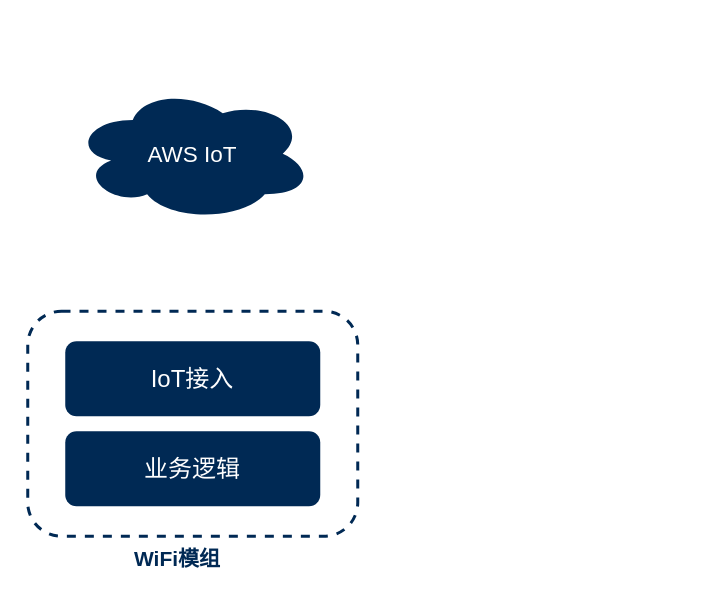
This is Blueair-模组.drawio from xunzhaoxusanduo/1-drawio, a draw.io file, before an edit. Source tidied: cells renumbered, new cells numbered last; positions are measured from the earlier drawing's top-left corner, leaving out a move shared by most shapes. Both pictures are drawn from the tidied source at 150%, with x=0, y=0 at pixel (27, 86).
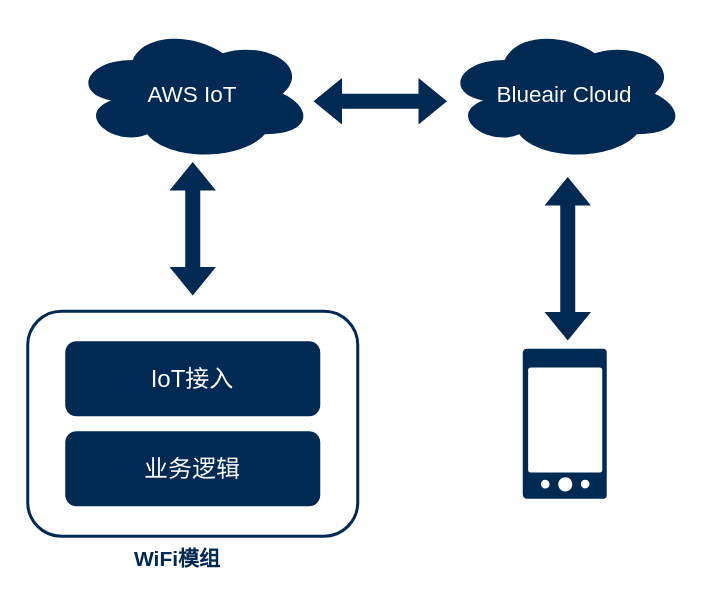
The same page after the edit.

Diff of the diagram source:
```diff
@@
 <mxGraphModel>
   <root>
     <mxCell id="0" />
     <mxCell id="1" parent="0" />
-    <mxCell id="2" style="rounded=1;whiteSpace=wrap;html=1;strokeColor=#002954;dashed=1;strokeWidth=2;" parent="1" vertex="1">
+    <mxCell id="2" style="rounded=1;whiteSpace=wrap;html=1;strokeColor=#002954;strokeWidth=2;" parent="1" vertex="1">
       <mxGeometry y="150" width="220" height="150" as="geometry" />
     </mxCell>
     <mxCell id="3" value="&lt;font style=&quot;font-size: 16px;&quot;&gt;IoT接入&lt;/font&gt;" style="rounded=1;whiteSpace=wrap;html=1;fillColor=#002954;strokeColor=none;fontColor=#FFFFFF;" parent="1" vertex="1">
       <mxGeometry x="25" y="170" width="170" height="50" as="geometry" />
     </mxCell>
     <mxCell id="4" value="&lt;font style=&quot;font-size: 16px;&quot;&gt;业务逻辑&lt;/font&gt;" style="rounded=1;whiteSpace=wrap;html=1;fillColor=#002954;strokeColor=none;fontColor=#FFFFFF;" parent="1" vertex="1">
       <mxGeometry x="25" y="230" width="170" height="50" as="geometry" />
     </mxCell>
     <mxCell id="5" value="&lt;font style=&quot;font-size: 14px;&quot; color=&quot;#002954&quot;&gt;WiFi模组&lt;/font&gt;" style="text;html=1;align=center;verticalAlign=middle;whiteSpace=wrap;rounded=0;fontStyle=1;fontSize=14;" parent="1" vertex="1">
       <mxGeometry x="70" y="300" width="60" height="30" as="geometry" />
     </mxCell>
     <mxCell id="6" value="&lt;font style=&quot;font-size: 15px;&quot; color=&quot;#ffffff&quot;&gt;AWS IoT&lt;/font&gt;" style="ellipse;shape=cloud;whiteSpace=wrap;html=1;strokeColor=none;fillColor=#002954;" parent="1" vertex="1">
-      <mxGeometry x="30" width="160" height="90" as="geometry" />
+      <mxGeometry x="30" y="-40" width="160" height="90" as="geometry" />
     </mxCell>
+    <mxCell id="7" style="sketch=0;html=1;strokeColor=none;shadow=0;fillColor=#002954;verticalAlign=top;labelPosition=center;verticalLabelPosition=bottom;shape=mxgraph.gcp2.phone_android;" parent="1" vertex="1">
+      <mxGeometry x="330" y="175" width="56" height="100" as="geometry" />
+    </mxCell>
+    <mxCell id="8" style="shape=flexArrow;endArrow=classic;startArrow=classic;html=1;rounded=0;strokeColor=none;fillColor=#002954;" parent="1" edge="1" target="6">
+      <mxGeometry relative="1" as="geometry">
+        <mxPoint x="110" y="140" as="sourcePoint" />
+      </mxGeometry>
+    </mxCell>
+    <mxCell id="9" style="shape=flexArrow;endArrow=classic;startArrow=classic;html=1;rounded=0;strokeColor=none;fillColor=#002954;" parent="1" edge="1">
+      <mxGeometry relative="1" as="geometry">
+        <mxPoint x="360" y="170" as="sourcePoint" />
+        <mxPoint x="360" y="60" as="targetPoint" />
+      </mxGeometry>
+    </mxCell>
+    <mxCell id="10" value="&lt;font style=&quot;font-size: 15px;&quot; color=&quot;#ffffff&quot;&gt;Blueair Cloud&lt;/font&gt;" style="ellipse;shape=cloud;whiteSpace=wrap;html=1;strokeColor=none;fillColor=#002954;" parent="1" vertex="1">
+      <mxGeometry x="278" y="-40" width="160" height="90" as="geometry" />
+    </mxCell>
+    <mxCell id="11" style="shape=flexArrow;endArrow=classic;startArrow=classic;html=1;rounded=0;strokeColor=none;fillColor=#002954;" parent="1" edge="1">
+      <mxGeometry relative="1" as="geometry">
+        <mxPoint x="280" y="10" as="sourcePoint" />
+        <mxPoint x="190" y="10" as="targetPoint" />
+      </mxGeometry>
+    </mxCell>
   </root>
 </mxGraphModel>
```
